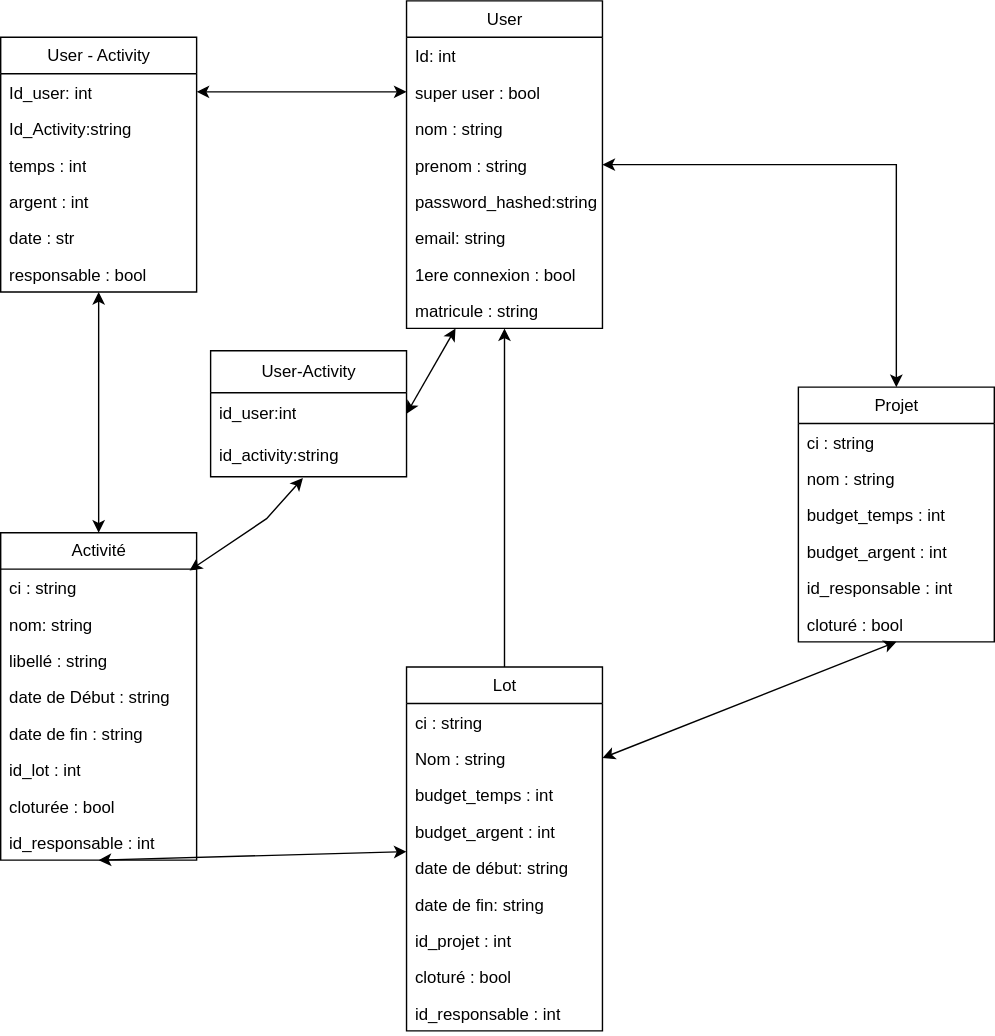
The draw.io diagram BDD/diagramme_BDD.svg in fetohiaras/projet-genilog-is, before a commit. Source tidied: cells renumbered, new cells last; positions are measured from the earlier drawing's top-left corner, leaving out a move shared by most shapes.
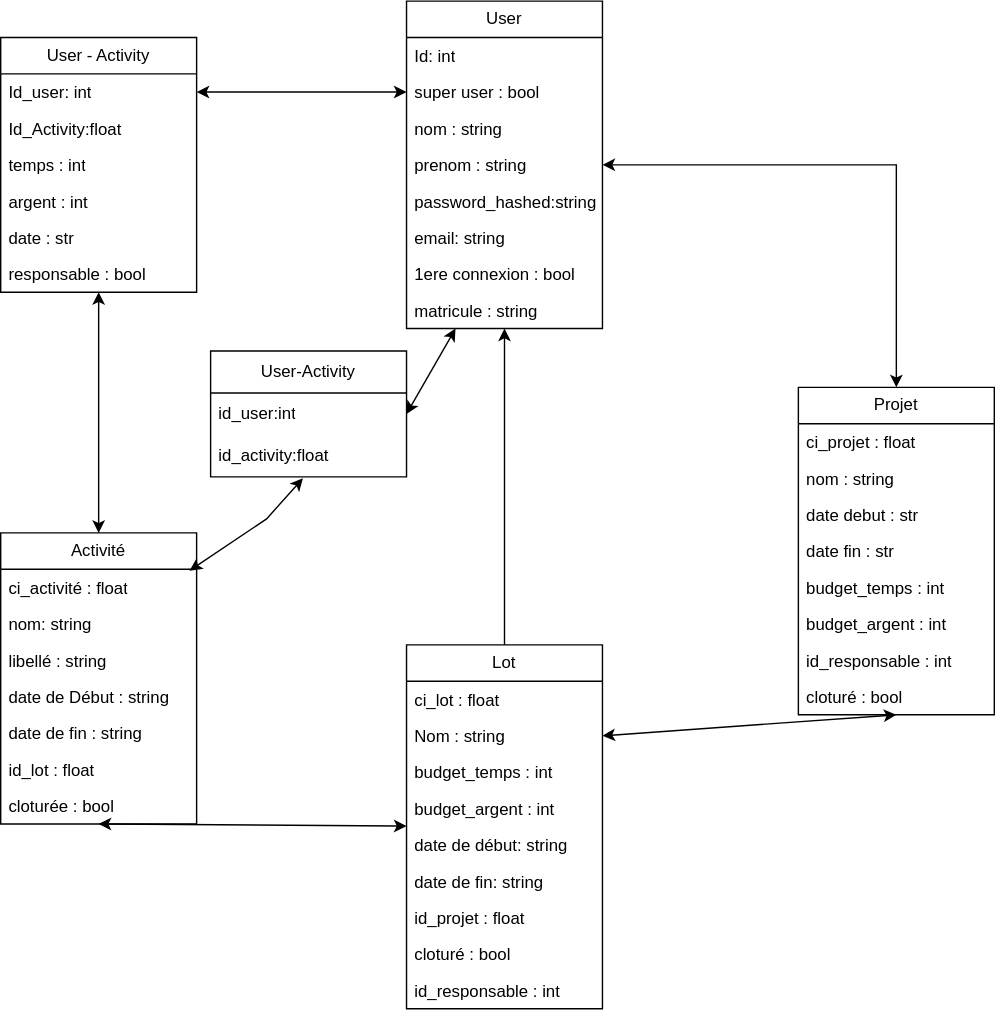
Later version of the same file.

What changed in the source:
```diff
@@ -1,8 +1,8 @@
 <mxGraphModel>
   <root>
-    <mxCell id="0" />
-    <mxCell id="1" parent="0" />
+    <mxCell id="55" />
+    <mxCell id="56" parent="55" />
-    <mxCell id="2" style="edgeStyle=orthogonalEdgeStyle;rounded=0;jettySize=auto;html=1;startArrow=classic;startFill=1;entryX=1;entryY=0.5;entryDx=0;entryDy=0;" parent="1" edge="1" source="3" target="15">
+    <mxCell id="2" style="edgeStyle=orthogonalEdgeStyle;rounded=0;jettySize=auto;html=1;startArrow=classic;startFill=1;entryX=1;entryY=0.5;entryDx=0;entryDy=0;" parent="56" edge="1" source="3" target="15">
       <mxGeometry relative="1" as="geometry">
         <Array as="points">
           <mxPoint x="240" y="65" />
@@ -10,7 +10,7 @@
         </Array>
       </mxGeometry>
     </mxCell>
-    <mxCell id="3" value="User" style="swimlane;fontStyle=0;horizontal=1;startSize=26;fillColor=none;whiteSpace=wrap;html=1;" parent="1" vertex="1">
+    <mxCell id="3" value="User" style="swimlane;fontStyle=0;horizontal=1;startSize=26;fillColor=none;whiteSpace=wrap;html=1;" parent="56" vertex="1">
       <mxGeometry x="290" width="140" height="234" as="geometry" />
     </mxCell>
     <mxCell id="4" value="Id: int" style="text;strokeColor=none;fillColor=none;align=left;verticalAlign=top;spacingLeft=4;spacingRight=4;overflow=hidden;whiteSpace=wrap;html=1;" parent="3" vertex="1">
@@ -37,21 +37,21 @@
     <mxCell id="11" value="matricule : string" style="text;strokeColor=none;fillColor=none;align=left;verticalAlign=top;spacingLeft=4;spacingRight=4;overflow=hidden;whiteSpace=wrap;html=1;" parent="3" vertex="1">
       <mxGeometry y="208" width="140" height="26" as="geometry" />
     </mxCell>
-    <mxCell id="12" style="edgeStyle=orthogonalEdgeStyle;rounded=0;jettySize=auto;html=1;startArrow=classic;startFill=1;exitX=1;exitY=0.5;exitDx=0;exitDy=0;" parent="1" edge="1" source="3" target="42">
+    <mxCell id="12" style="edgeStyle=orthogonalEdgeStyle;rounded=0;jettySize=auto;html=1;startArrow=classic;startFill=1;exitX=1;exitY=0.5;exitDx=0;exitDy=0;" parent="56" edge="1" source="3" target="42">
       <mxGeometry relative="1" as="geometry" />
     </mxCell>
-    <mxCell id="13" style="rounded=0;jettySize=auto;html=1;shape=wire;dashed=1;startArrow=classic;startFill=1;" parent="1" edge="1" source="14" target="21">
+    <mxCell id="13" style="rounded=0;jettySize=auto;html=1;shape=wire;dashed=1;startArrow=classic;startFill=1;" parent="56" edge="1" source="14" target="21">
       <mxGeometry relative="1" as="geometry" />
     </mxCell>
-    <mxCell id="14" value="User - Activity" style="swimlane;fontStyle=0;horizontal=1;startSize=26;fillColor=none;whiteSpace=wrap;html=1;" parent="1" vertex="1">
+    <mxCell id="14" value="User - Activity" style="swimlane;fontStyle=0;horizontal=1;startSize=26;fillColor=none;whiteSpace=wrap;html=1;" parent="56" vertex="1">
       <mxGeometry y="26" width="140" height="182" as="geometry" />
     </mxCell>
     <mxCell id="15" value="Id_user: int" style="text;strokeColor=none;fillColor=none;align=left;verticalAlign=top;spacingLeft=4;spacingRight=4;overflow=hidden;points=[[0,0.5],[1,0.5]];portConstraint=eastwest;whiteSpace=wrap;html=1;" parent="14" vertex="1">
       <mxGeometry y="26" width="140" height="26" as="geometry" />
     </mxCell>
-    <mxCell id="16" value="&lt;div&gt;Id_Activity:string&lt;/div&gt;" style="text;strokeColor=none;fillColor=none;align=left;verticalAlign=top;spacingLeft=4;spacingRight=4;overflow=hidden;whiteSpace=wrap;html=1;" parent="14" vertex="1">
-      <mxGeometry y="52" width="140" height="26" as="geometry" />
-    </mxCell>
+    <mxCell id="57" value="&lt;div&gt;Id_Activity:float&lt;/div&gt;" style="text;strokeColor=none;fillColor=none;align=left;verticalAlign=top;spacingLeft=4;spacingRight=4;overflow=hidden;whiteSpace=wrap;html=1;" parent="14" vertex="1">
+      <mxGeometry y="52" width="140" height="26" as="geometry" />
+    </mxCell>
     <mxCell id="17" value="temps : int" style="text;strokeColor=none;fillColor=none;align=left;verticalAlign=top;spacingLeft=4;spacingRight=4;overflow=hidden;whiteSpace=wrap;html=1;" parent="14" vertex="1">
       <mxGeometry y="78" width="140" height="26" as="geometry" />
     </mxCell>
@@ -64,12 +64,12 @@
     <mxCell id="20" value="responsable : bool" style="text;strokeColor=none;fillColor=none;align=left;verticalAlign=top;spacingLeft=4;spacingRight=4;overflow=hidden;whiteSpace=wrap;html=1;" parent="14" vertex="1">
       <mxGeometry y="156" width="140" height="26" as="geometry" />
     </mxCell>
-    <mxCell id="21" value="Activité" style="swimlane;fontStyle=0;horizontal=1;startSize=26;fillColor=none;whiteSpace=wrap;html=1;" parent="1" vertex="1">
-      <mxGeometry y="380" width="140" height="234" as="geometry" />
+    <mxCell id="21" value="Activité" style="swimlane;fontStyle=0;horizontal=1;startSize=26;fillColor=none;whiteSpace=wrap;html=1;" parent="56" vertex="1">
+      <mxGeometry y="380" width="140" height="208" as="geometry" />
     </mxCell>
-    <mxCell id="22" value="ci : string" style="text;strokeColor=none;fillColor=none;align=left;verticalAlign=top;spacingLeft=4;spacingRight=4;overflow=hidden;points=[[0,0.5],[1,0.5]];portConstraint=eastwest;whiteSpace=wrap;html=1;" parent="21" vertex="1">
-      <mxGeometry y="26" width="140" height="26" as="geometry" />
-    </mxCell>
+    <mxCell id="58" value="ci_activité : float" style="text;strokeColor=none;fillColor=none;align=left;verticalAlign=top;spacingLeft=4;spacingRight=4;overflow=hidden;points=[[0,0.5],[1,0.5]];portConstraint=eastwest;whiteSpace=wrap;html=1;" parent="21" vertex="1">
+      <mxGeometry y="26" width="140" height="26" as="geometry" />
+    </mxCell>
     <mxCell id="23" value="nom: string" style="text;strokeColor=none;fillColor=none;align=left;verticalAlign=top;spacingLeft=4;spacingRight=4;overflow=hidden;whiteSpace=wrap;html=1;" parent="21" vertex="1">
       <mxGeometry y="52" width="140" height="26" as="geometry" />
     </mxCell>
@@ -82,33 +82,30 @@
     <mxCell id="26" value="date de fin : string" style="text;strokeColor=none;fillColor=none;align=left;verticalAlign=top;spacingLeft=4;spacingRight=4;overflow=hidden;whiteSpace=wrap;html=1;" parent="21" vertex="1">
       <mxGeometry y="130" width="140" height="26" as="geometry" />
     </mxCell>
-    <mxCell id="27" value="id_lot : int" style="text;strokeColor=none;fillColor=none;align=left;verticalAlign=top;spacingLeft=4;spacingRight=4;overflow=hidden;whiteSpace=wrap;html=1;" parent="21" vertex="1">
-      <mxGeometry y="156" width="140" height="26" as="geometry" />
-    </mxCell>
+    <mxCell id="59" value="id_lot : float" style="text;strokeColor=none;fillColor=none;align=left;verticalAlign=top;spacingLeft=4;spacingRight=4;overflow=hidden;whiteSpace=wrap;html=1;" parent="21" vertex="1">
+      <mxGeometry y="156" width="140" height="26" as="geometry" />
+    </mxCell>
     <mxCell id="28" value="cloturée : bool" style="text;strokeColor=none;fillColor=none;align=left;verticalAlign=top;spacingLeft=4;spacingRight=4;overflow=hidden;whiteSpace=wrap;html=1;" parent="21" vertex="1">
       <mxGeometry y="182" width="140" height="26" as="geometry" />
     </mxCell>
-    <mxCell id="29" value="id_responsable : int" style="text;strokeColor=none;fillColor=none;align=left;verticalAlign=top;spacingLeft=4;spacingRight=4;overflow=hidden;whiteSpace=wrap;html=1;" parent="21" vertex="1">
-      <mxGeometry y="208" width="140" height="26" as="geometry" />
-    </mxCell>
-    <mxCell id="30" style="rounded=0;jettySize=auto;html=1;startArrow=classic;startFill=1;exitX=0.5;exitY=1;exitDx=0;exitDy=0;" parent="1" edge="1" source="21" target="32">
+    <mxCell id="30" style="rounded=0;jettySize=auto;html=1;startArrow=classic;startFill=1;exitX=0.5;exitY=1;exitDx=0;exitDy=0;" parent="56" edge="1" source="21" target="32">
       <mxGeometry relative="1" as="geometry" />
     </mxCell>
-    <mxCell id="31" style="edgeStyle=orthogonalEdgeStyle;rounded=0;jettySize=auto;html=1;entryX=0.5;entryY=1;entryDx=0;entryDy=0;" parent="1" edge="1" source="32" target="3">
+    <mxCell id="31" style="edgeStyle=orthogonalEdgeStyle;rounded=0;jettySize=auto;html=1;entryX=0.5;entryY=1;entryDx=0;entryDy=0;" parent="56" edge="1" source="32" target="3">
       <mxGeometry relative="1" as="geometry" />
     </mxCell>
-    <mxCell id="32" value="Lot" style="swimlane;fontStyle=0;horizontal=1;startSize=26;fillColor=none;whiteSpace=wrap;html=1;" parent="1" vertex="1">
-      <mxGeometry x="290" y="476" width="140" height="260" as="geometry" />
+    <mxCell id="32" value="Lot" style="swimlane;fontStyle=0;horizontal=1;startSize=26;fillColor=none;whiteSpace=wrap;html=1;" parent="56" vertex="1">
+      <mxGeometry x="290" y="460" width="140" height="260" as="geometry" />
     </mxCell>
-    <mxCell id="33" value="ci : string" style="text;strokeColor=none;fillColor=none;align=left;verticalAlign=top;spacingLeft=4;spacingRight=4;overflow=hidden;whiteSpace=wrap;html=1;" parent="32" vertex="1">
-      <mxGeometry y="26" width="140" height="26" as="geometry" />
-    </mxCell>
+    <mxCell id="60" value="ci_lot : float" style="text;strokeColor=none;fillColor=none;align=left;verticalAlign=top;spacingLeft=4;spacingRight=4;overflow=hidden;whiteSpace=wrap;html=1;" parent="32" vertex="1">
+      <mxGeometry y="26" width="140" height="26" as="geometry" />
+    </mxCell>
     <mxCell id="34" value="Nom : string" style="text;strokeColor=none;fillColor=none;align=left;verticalAlign=top;spacingLeft=4;spacingRight=4;overflow=hidden;points=[[0,0.5],[1,0.5]];portConstraint=eastwest;whiteSpace=wrap;html=1;" parent="32" vertex="1">
       <mxGeometry y="52" width="140" height="26" as="geometry" />
     </mxCell>
-    <mxCell id="35" value="budget_temps : int" style="text;strokeColor=none;fillColor=none;align=left;verticalAlign=top;spacingLeft=4;spacingRight=4;overflow=hidden;whiteSpace=wrap;html=1;" parent="32" vertex="1">
-      <mxGeometry y="78" width="140" height="26" as="geometry" />
-    </mxCell>
+    <mxCell id="61" value="budget_temps : int" style="text;strokeColor=none;fillColor=none;align=left;verticalAlign=top;spacingLeft=4;spacingRight=4;overflow=hidden;whiteSpace=wrap;html=1;" parent="32" vertex="1">
+      <mxGeometry y="78" width="140" height="26" as="geometry" />
+    </mxCell>
     <mxCell id="36" value="&lt;div&gt;budget_argent : int&lt;/div&gt;&lt;div&gt;&lt;br&gt;&lt;br&gt;&lt;/div&gt;" style="text;strokeColor=none;fillColor=none;align=left;verticalAlign=top;spacingLeft=4;spacingRight=4;overflow=hidden;whiteSpace=wrap;html=1;" parent="32" vertex="1">
       <mxGeometry y="104" width="140" height="26" as="geometry" />
     </mxCell>
@@ -118,56 +115,62 @@
     <mxCell id="38" value="date de fin: string" style="text;strokeColor=none;fillColor=none;align=left;verticalAlign=top;spacingLeft=4;spacingRight=4;overflow=hidden;whiteSpace=wrap;html=1;" parent="32" vertex="1">
       <mxGeometry y="156" width="140" height="26" as="geometry" />
     </mxCell>
-    <mxCell id="39" value="id_projet : int" style="text;strokeColor=none;fillColor=none;align=left;verticalAlign=top;spacingLeft=4;spacingRight=4;overflow=hidden;whiteSpace=wrap;html=1;" parent="32" vertex="1">
-      <mxGeometry y="182" width="140" height="26" as="geometry" />
-    </mxCell>
-    <mxCell id="40" value="cloturé : bool" style="text;strokeColor=none;fillColor=none;align=left;verticalAlign=top;spacingLeft=4;spacingRight=4;overflow=hidden;whiteSpace=wrap;html=1;" parent="32" vertex="1">
-      <mxGeometry y="208" width="140" height="26" as="geometry" />
-    </mxCell>
+    <mxCell id="62" value="id_projet : float" style="text;strokeColor=none;fillColor=none;align=left;verticalAlign=top;spacingLeft=4;spacingRight=4;overflow=hidden;whiteSpace=wrap;html=1;" parent="32" vertex="1">
+      <mxGeometry y="182" width="140" height="26" as="geometry" />
+    </mxCell>
+    <mxCell id="63" value="cloturé : bool" style="text;strokeColor=none;fillColor=none;align=left;verticalAlign=top;spacingLeft=4;spacingRight=4;overflow=hidden;whiteSpace=wrap;html=1;" parent="32" vertex="1">
+      <mxGeometry y="208" width="140" height="26" as="geometry" />
+    </mxCell>
     <mxCell id="41" value="id_responsable : int" style="text;strokeColor=none;fillColor=none;align=left;verticalAlign=top;spacingLeft=4;spacingRight=4;overflow=hidden;whiteSpace=wrap;html=1;" parent="32" vertex="1">
       <mxGeometry y="234" width="140" height="26" as="geometry" />
     </mxCell>
-    <mxCell id="42" value="Projet" style="swimlane;fontStyle=0;horizontal=1;startSize=26;fillColor=none;whiteSpace=wrap;html=1;" parent="1" vertex="1">
-      <mxGeometry x="570" y="276" width="140" height="182" as="geometry" />
+    <mxCell id="42" value="Projet" style="swimlane;fontStyle=0;horizontal=1;startSize=26;fillColor=none;whiteSpace=wrap;html=1;" parent="56" vertex="1">
+      <mxGeometry x="570" y="276" width="140" height="234" as="geometry" />
     </mxCell>
-    <mxCell id="43" value="ci : string" style="text;strokeColor=none;fillColor=none;align=left;verticalAlign=top;spacingLeft=4;spacingRight=4;overflow=hidden;whiteSpace=wrap;html=1;" parent="42" vertex="1">
-      <mxGeometry y="26" width="140" height="26" as="geometry" />
-    </mxCell>
+    <mxCell id="64" value="ci_projet : float" style="text;strokeColor=none;fillColor=none;align=left;verticalAlign=top;spacingLeft=4;spacingRight=4;overflow=hidden;whiteSpace=wrap;html=1;" parent="42" vertex="1">
+      <mxGeometry y="26" width="140" height="26" as="geometry" />
+    </mxCell>
     <mxCell id="44" value="nom : string" style="text;strokeColor=none;fillColor=none;align=left;verticalAlign=top;spacingLeft=4;spacingRight=4;overflow=hidden;whiteSpace=wrap;html=1;" parent="42" vertex="1">
       <mxGeometry y="52" width="140" height="26" as="geometry" />
     </mxCell>
-    <mxCell id="45" value="budget_temps : int" style="text;strokeColor=none;fillColor=none;align=left;verticalAlign=top;spacingLeft=4;spacingRight=4;overflow=hidden;whiteSpace=wrap;html=1;" parent="42" vertex="1">
-      <mxGeometry y="78" width="140" height="26" as="geometry" />
-    </mxCell>
+    <mxCell id="65" value="&lt;div&gt;date debut : str&lt;/div&gt;" style="text;strokeColor=none;fillColor=none;align=left;verticalAlign=top;spacingLeft=4;spacingRight=4;overflow=hidden;whiteSpace=wrap;html=1;" parent="42" vertex="1">
+      <mxGeometry y="78" width="140" height="26" as="geometry" />
+    </mxCell>
+    <mxCell id="66" value="&lt;div&gt;date fin : str&lt;/div&gt;" style="text;strokeColor=none;fillColor=none;align=left;verticalAlign=top;spacingLeft=4;spacingRight=4;overflow=hidden;whiteSpace=wrap;html=1;" parent="42" vertex="1">
+      <mxGeometry y="104" width="140" height="26" as="geometry" />
+    </mxCell>
+    <mxCell id="67" value="budget_temps : int" style="text;strokeColor=none;fillColor=none;align=left;verticalAlign=top;spacingLeft=4;spacingRight=4;overflow=hidden;whiteSpace=wrap;html=1;" parent="42" vertex="1">
+      <mxGeometry y="130" width="140" height="26" as="geometry" />
+    </mxCell>
     <mxCell id="46" value="&lt;div&gt;budget_argent : int&lt;/div&gt;&lt;div&gt;&lt;br&gt;&lt;/div&gt;" style="text;strokeColor=none;fillColor=none;align=left;verticalAlign=top;spacingLeft=4;spacingRight=4;overflow=hidden;whiteSpace=wrap;html=1;" parent="42" vertex="1">
-      <mxGeometry y="104" width="140" height="26" as="geometry" />
+      <mxGeometry y="156" width="140" height="26" as="geometry" />
     </mxCell>
-    <mxCell id="47" value="id_responsable : int" style="text;strokeColor=none;fillColor=none;align=left;verticalAlign=top;spacingLeft=4;spacingRight=4;overflow=hidden;whiteSpace=wrap;html=1;" parent="42" vertex="1">
-      <mxGeometry y="130" width="140" height="26" as="geometry" />
-    </mxCell>
-    <mxCell id="48" value="cloturé : bool" style="text;strokeColor=none;fillColor=none;align=left;verticalAlign=top;spacingLeft=4;spacingRight=4;overflow=hidden;whiteSpace=wrap;html=1;" parent="42" vertex="1">
-      <mxGeometry y="156" width="140" height="26" as="geometry" />
-    </mxCell>
+    <mxCell id="68" value="id_responsable : int" style="text;strokeColor=none;fillColor=none;align=left;verticalAlign=top;spacingLeft=4;spacingRight=4;overflow=hidden;whiteSpace=wrap;html=1;" parent="42" vertex="1">
+      <mxGeometry y="182" width="140" height="26" as="geometry" />
+    </mxCell>
+    <mxCell id="69" value="cloturé : bool" style="text;strokeColor=none;fillColor=none;align=left;verticalAlign=top;spacingLeft=4;spacingRight=4;overflow=hidden;whiteSpace=wrap;html=1;" parent="42" vertex="1">
+      <mxGeometry y="208" width="140" height="26" as="geometry" />
+    </mxCell>
-    <mxCell id="49" style="rounded=0;jettySize=auto;html=1;exitX=1;exitY=0.5;exitDx=0;exitDy=0;entryX=0.5;entryY=1;entryDx=0;entryDy=0;startArrow=classic;startFill=1;" parent="1" edge="1" source="34" target="42">
+    <mxCell id="49" style="rounded=0;jettySize=auto;html=1;exitX=1;exitY=0.5;exitDx=0;exitDy=0;entryX=0.5;entryY=1;entryDx=0;entryDy=0;startArrow=classic;startFill=1;" parent="56" edge="1" source="34" target="42">
       <mxGeometry relative="1" as="geometry" />
     </mxCell>
-    <mxCell id="50" value="User-Activity" style="swimlane;fontStyle=0;horizontal=1;startSize=30;whiteSpace=wrap;html=1;" parent="1" vertex="1">
+    <mxCell id="50" value="User-Activity" style="swimlane;fontStyle=0;horizontal=1;startSize=30;whiteSpace=wrap;html=1;" parent="56" vertex="1">
       <mxGeometry x="150" y="250" width="140" height="90" as="geometry" />
     </mxCell>
     <mxCell id="51" value="id_user:int" style="text;strokeColor=none;fillColor=none;align=left;verticalAlign=middle;spacingLeft=4;spacingRight=4;overflow=hidden;whiteSpace=wrap;html=1;" parent="50" vertex="1">
       <mxGeometry y="30" width="140" height="30" as="geometry" />
     </mxCell>
-    <mxCell id="52" value="&lt;div&gt;id_activity:string&lt;/div&gt;" style="text;strokeColor=none;fillColor=none;align=left;verticalAlign=middle;spacingLeft=4;spacingRight=4;overflow=hidden;points=[[0,0.5],[1,0.5]];portConstraint=eastwest;whiteSpace=wrap;html=1;" parent="50" vertex="1">
-      <mxGeometry y="60" width="140" height="30" as="geometry" />
-    </mxCell>
-    <mxCell id="53" style="endArrow=classic;startArrow=classic;html=1;rounded=0;exitX=0.964;exitY=0.038;exitDx=0;exitDy=0;exitPerimeter=0;entryX=0.471;entryY=1.033;entryDx=0;entryDy=0;entryPerimeter=0;" parent="1" edge="1" source="22" target="52">
-      <mxGeometry relative="1" as="geometry">
-        <Array as="points">
-          <mxPoint x="190" y="370" />
-        </Array>
-      </mxGeometry>
-    </mxCell>
+    <mxCell id="70" value="&lt;div&gt;id_activity:float&lt;/div&gt;" style="text;strokeColor=none;fillColor=none;align=left;verticalAlign=middle;spacingLeft=4;spacingRight=4;overflow=hidden;points=[[0,0.5],[1,0.5]];portConstraint=eastwest;whiteSpace=wrap;html=1;" parent="50" vertex="1">
+      <mxGeometry y="60" width="140" height="30" as="geometry" />
+    </mxCell>
+    <mxCell id="71" style="endArrow=classic;startArrow=classic;html=1;rounded=0;exitX=0.964;exitY=0.038;exitDx=0;exitDy=0;exitPerimeter=0;entryX=0.471;entryY=1.033;entryDx=0;entryDy=0;entryPerimeter=0;" parent="56" edge="1" source="58" target="70">
+      <mxGeometry relative="1" as="geometry">
+        <Array as="points">
+          <mxPoint x="190" y="370" />
+        </Array>
+      </mxGeometry>
+    </mxCell>
-    <mxCell id="54" style="endArrow=classic;startArrow=classic;html=1;rounded=0;exitX=1;exitY=0.5;exitDx=0;exitDy=0;entryX=0.25;entryY=1;entryDx=0;entryDy=0;" parent="1" edge="1" source="50" target="3">
+    <mxCell id="54" style="endArrow=classic;startArrow=classic;html=1;rounded=0;exitX=1;exitY=0.5;exitDx=0;exitDy=0;entryX=0.25;entryY=1;entryDx=0;entryDy=0;" parent="56" edge="1" source="50" target="3">
       <mxGeometry relative="1" as="geometry" />
     </mxCell>
   </root>
```
